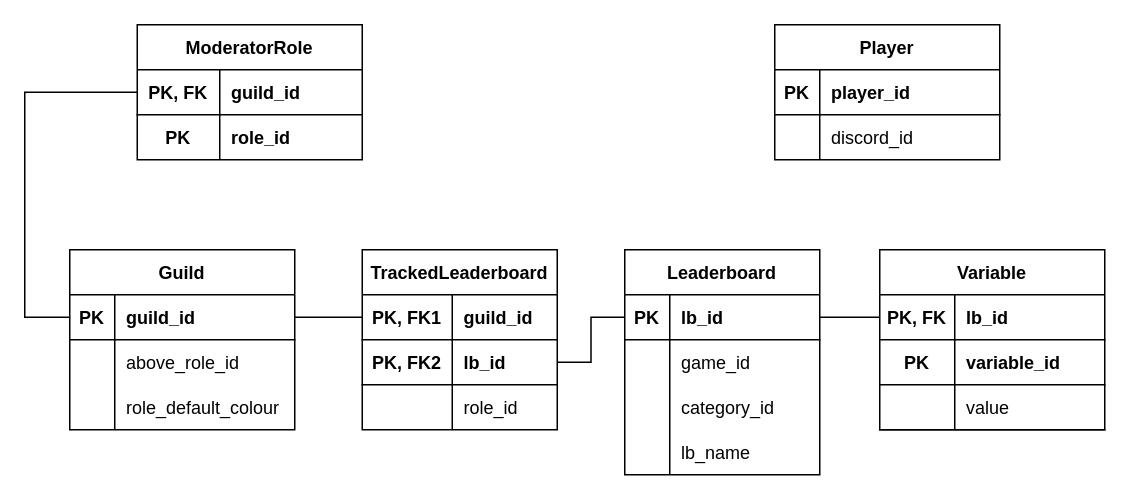
The draw.io diagram srcwrsbot.drawio in mitchell-merry/src-wrs-bot-v2, before the edit. Source tidied: cells renumbered, new cells numbered last; positions are measured from the earlier drawing's top-left corner, leaving out a move shared by most shapes. Both pictures are drawn from the tidied source at 150%, with x=0, y=0 at pixel (24, 24).
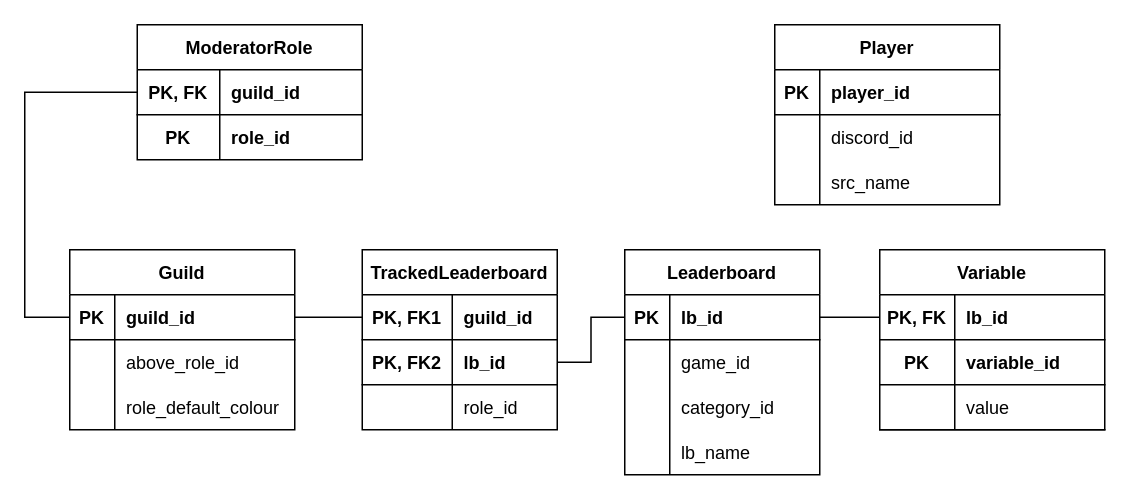
The same page after the edit.

Commit message (it also covers changes not shown here):
Add src_name to Player

What changed in the source:
```diff
@@
     <mxCell id="26" value="Player" style="shape=table;startSize=30;childLayout=tableLayout;rowLines=0;fontStyle=1;align=center;" parent="1" vertex="1">
-      <mxGeometry x="500" width="150" height="90" as="geometry" />
+      <mxGeometry x="500" width="150" height="120" as="geometry" />
     </mxCell>
@@
+    <mxCell id="63" style="shape=partialRectangle;fillColor=none;top=0;left=0;right=0;bottom=0;" parent="26" vertex="1">
+      <mxGeometry y="90" width="150" height="30" as="geometry" />
+    </mxCell>
+    <mxCell id="64" style="shape=partialRectangle;overflow=hidden;fillColor=none;top=0;left=0;bottom=0;right=0;" parent="63" vertex="1">
+      <mxGeometry width="30" height="30" as="geometry" />
+    </mxCell>
+    <mxCell id="65" value="src_name" style="shape=partialRectangle;overflow=hidden;fillColor=none;top=0;left=0;bottom=0;right=0;align=left;spacingLeft=6;" parent="63" vertex="1">
+      <mxGeometry x="30" width="120" height="30" as="geometry" />
+    </mxCell>
```
